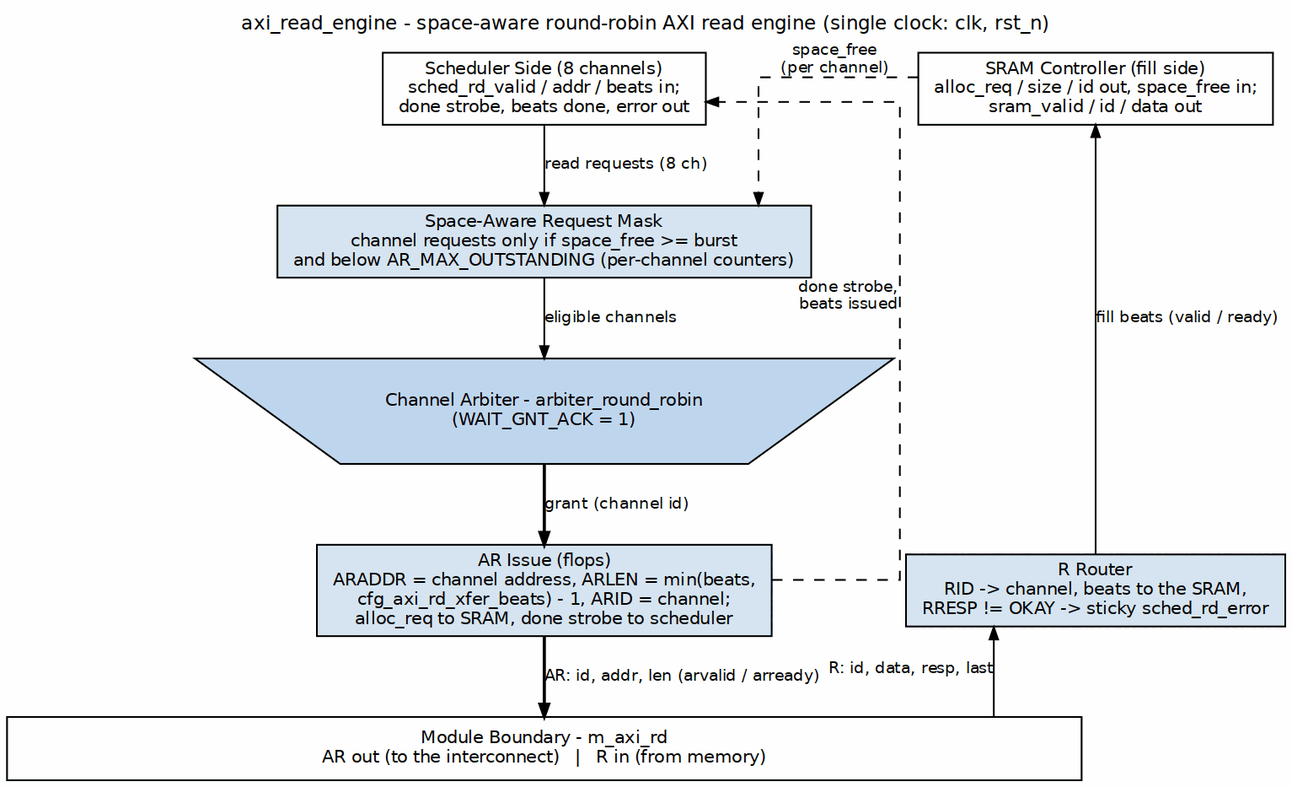
Earlier version of the Graphviz export projects/components/dma-ip/stream/docs/stream_mas/assets/graphviz/08_axi_read_engine.png (sean-galloway/RTLDesignSherpa). Its source is kept beside it as projects/components/dma-ip/stream/docs/stream_mas/assets/graphviz/08_axi_read_engine.dot.
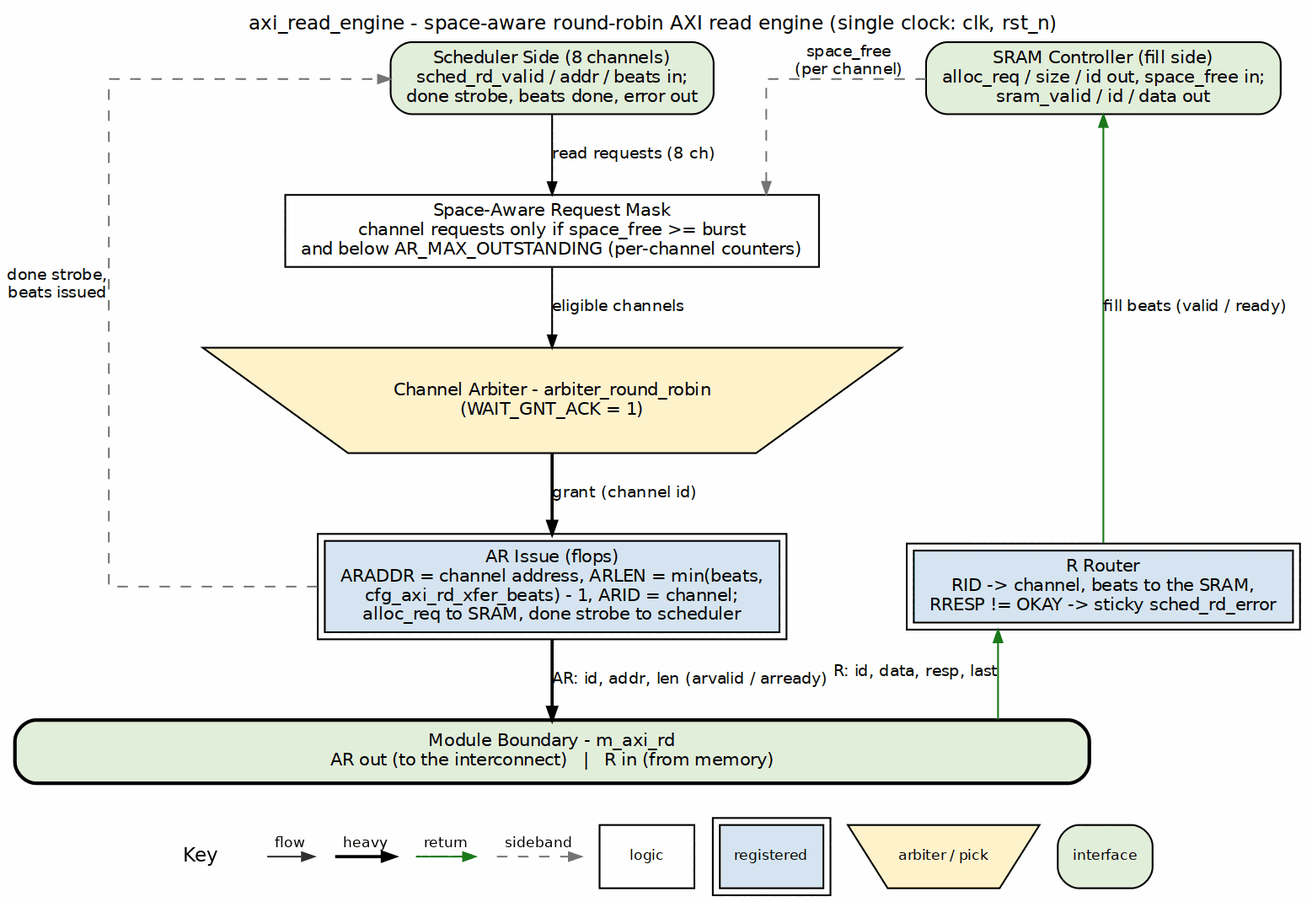
The same file after the commit.

The edit, as a diff of the source:
```diff
@@ -4,27 +4,27 @@
            label="axi_read_engine - space-aware round-robin AXI read engine (single clock: clk, rst_n)",
            labelloc=t, labeljust=c];
     node  [fontname="Helvetica", fontsize=10, shape=box, style=filled,
-           fillcolor="#D6E4F0", color="black", margin="0.12,0.06"];
+           fillcolor="white", color="black", margin="0.12,0.06"];
     edge  [fontname="Helvetica", fontsize=9, color="black", arrowsize=0.7];
 
-    sched [label="Scheduler Side (8 channels)\nsched_rd_valid / addr / beats in;\ndone strobe, beats done, error out", fillcolor="white", group=C];
-    sram  [label="SRAM Controller (fill side)\nalloc_req / size / id out, space_free in;\nsram_valid / id / data out", fillcolor="white", group=R];
+    sched [label="Scheduler Side (8 channels)\nsched_rd_valid / addr / beats in;\ndone strobe, beats done, error out", fillcolor="white", group=C, style="rounded,filled", fillcolor="#E2EFDA"];
+    sram  [label="SRAM Controller (fill side)\nalloc_req / size / id out, space_free in;\nsram_valid / id / data out", fillcolor="white", group=R, style="rounded,filled", fillcolor="#E2EFDA"];
 
-    mask  [label="Space-Aware Request Mask\nchannel requests only if space_free >= burst\nand below AR_MAX_OUTSTANDING (per-channel counters)", group=C];
-    arb   [label="Channel Arbiter - arbiter_round_robin\n(WAIT_GNT_ACK = 1)", shape=invtrapezium, width=4.6, fillcolor="#BFD7EE", group=C];
-    ar    [label="AR Issue (flops)\nARADDR = channel address, ARLEN = min(beats,\ncfg_axi_rd_xfer_beats) - 1, ARID = channel;\nalloc_req to SRAM, done strobe to scheduler", group=C];
-    rr    [label="R Router\nRID -> channel, beats to the SRAM,\nRRESP != OKAY -> sticky sched_rd_error", group=R];
+    mask  [label="Space-Aware Request Mask\nchannel requests only if space_free >= burst\nand below AR_MAX_OUTSTANDING (per-channel counters)", group=C, style="filled", fillcolor="white"];
+    arb   [label="Channel Arbiter - arbiter_round_robin\n(WAIT_GNT_ACK = 1)", shape=invtrapezium, width=4.6, fillcolor="#BFD7EE", group=C, style="filled", fillcolor="#FFF2CC"];
+    ar    [label="AR Issue (flops)\nARADDR = channel address, ARLEN = min(beats,\ncfg_axi_rd_xfer_beats) - 1, ARID = channel;\nalloc_req to SRAM, done strobe to scheduler", group=C, peripheries=2, style="filled", fillcolor="#D6E4F0"];
+    rr    [label="R Router\nRID -> channel, beats to the SRAM,\nRRESP != OKAY -> sticky sched_rd_error", group=R, peripheries=2, style="filled", fillcolor="#D6E4F0"];
 
-    bar [label="Module Boundary - m_axi_rd\nAR out (to the interconnect)   |   R in (from memory)", fillcolor="white", width=8.5, group=C];
+    bar [label="Module Boundary - m_axi_rd\nAR out (to the interconnect)   |   R in (from memory)", fillcolor="white", width=8.5, group=C, style="rounded,filled,bold", fillcolor="#E2EFDA"];
 
     sched -> mask [label="read requests (8 ch)"];
-    sram  -> mask [style=dashed, xlabel="space_free\n(per channel)"];
+    sram  -> mask [style=dashed, color="#777777", xlabel="space_free\n(per channel)"];
     mask  -> arb  [label="eligible channels"];
     arb   -> ar   [label="grant (channel id)", penwidth=1.8];
-    ar    -> sched [style=dashed, constraint=false, xlabel="done strobe,\nbeats issued"];
+    ar    -> sched [style=dashed, color="#777777", constraint=false, xlabel="done strobe,\nbeats issued"];
     ar    -> bar  [label="AR: id, addr, len (arvalid / arready)", penwidth=1.8];
-    rr    -> bar  [dir=back, xlabel="R: id, data, resp, last"];
-    sram  -> rr   [dir=back, label="fill beats (valid / ready)"];
+    rr    -> bar  [color="#1A7A1A", dir=back, xlabel="R: id, data, resp, last"];
+    sram  -> rr   [color="#1A7A1A", dir=back, label="fill beats (valid / ready)"];
 
     { rank=same; mask; }
     { rank=same; ar; rr; }
```
